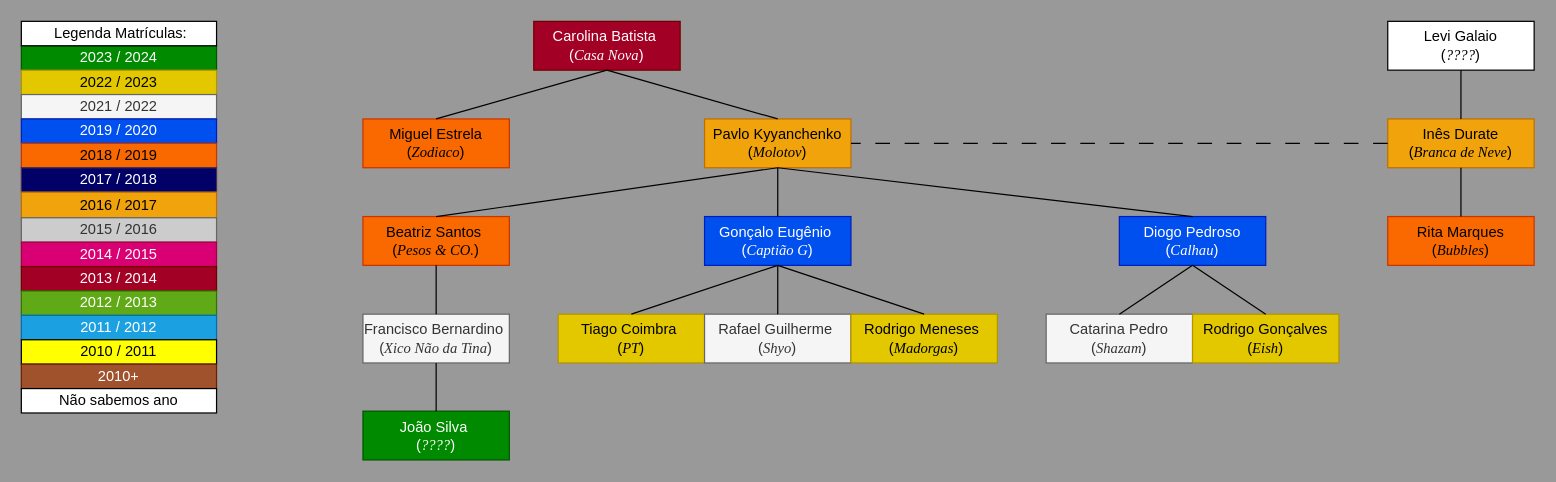
Before: Draw.io/Familia_da_Carolina_Batista.drawio in pdmtmr/PDMTMRTESTLOCATION-AKA-ARBUSTO, a draw.io diagram. Source tidied: cells renumbered, new cells numbered last; positions are measured from the earlier drawing's top-left corner, leaving out a move shared by most shapes. Both pictures are drawn from the tidied source at 122%, with x=0, y=0 at pixel (21, 21).
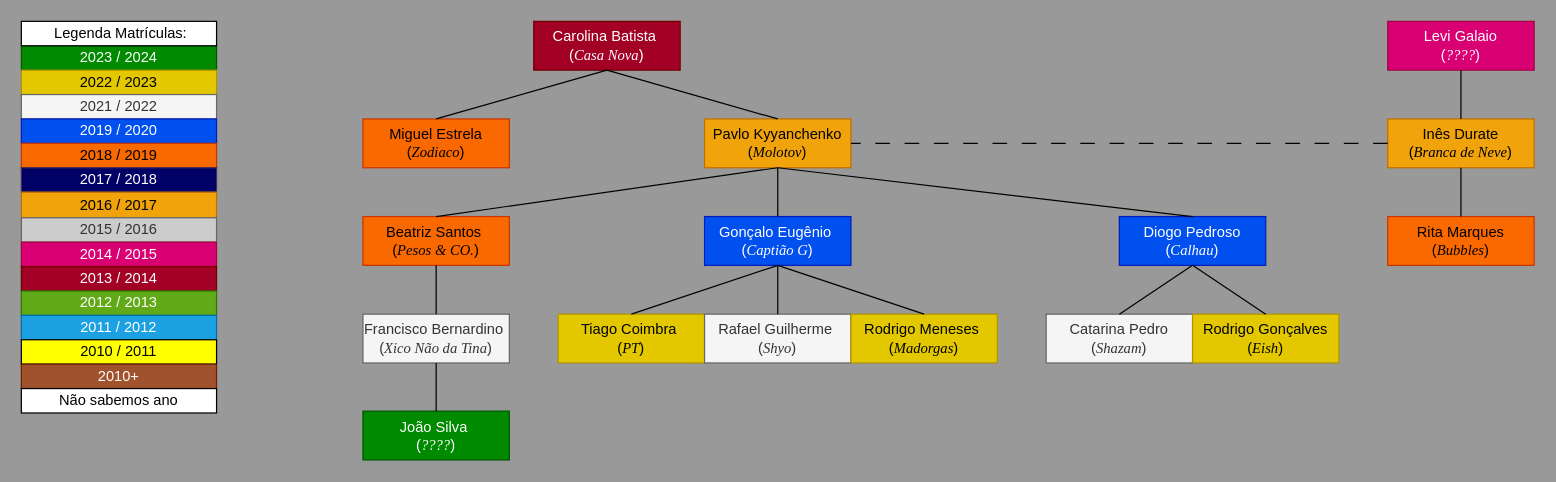
The same page after the edit.

The edit, as a diff of the source:
```diff
@@
-    <mxCell id="47" value="&lt;div&gt;Levi Galaio&lt;/div&gt;&lt;div&gt;&lt;span style=&quot;background-color: initial;&quot;&gt;(&lt;font face=&quot;Times New Roman&quot;&gt;&lt;i&gt;????&lt;/i&gt;&lt;/font&gt;&lt;/span&gt;&lt;span style=&quot;background-color: initial;&quot;&gt;)&lt;/span&gt;&lt;/div&gt;" style="rounded=0;whiteSpace=wrap;html=1;" parent="1" vertex="1">
+    <mxCell id="47" value="&lt;div&gt;Levi Galaio&lt;/div&gt;&lt;div&gt;&lt;span style=&quot;background-color: initial;&quot;&gt;(&lt;font face=&quot;Times New Roman&quot;&gt;&lt;i&gt;????&lt;/i&gt;&lt;/font&gt;&lt;/span&gt;&lt;span style=&quot;background-color: initial;&quot;&gt;)&lt;/span&gt;&lt;/div&gt;" style="rounded=0;whiteSpace=wrap;html=1;fillColor=#d80073;fontColor=#ffffff;strokeColor=#A50040;" parent="1" vertex="1">
       <mxGeometry x="1120" width="120" height="40" as="geometry" />
     </mxCell>
```
